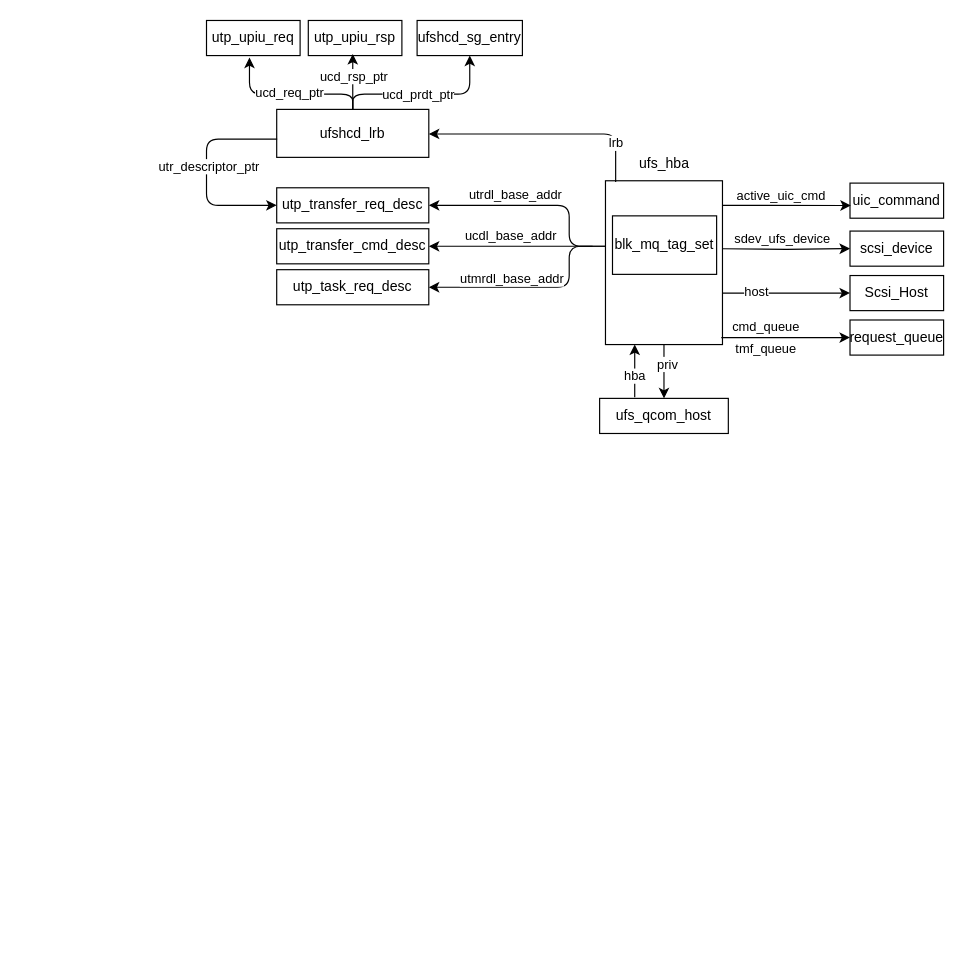
The draw.io diagram ufs.drawio in jasonactions/graph, before the edit. Source tidied: cells renumbered, new cells numbered last; positions are measured from the earlier drawing's top-left corner, leaving out a move shared by most shapes. Both pictures are drawn from the tidied source at 117%, with x=0, y=0 at pixel (206, 20).
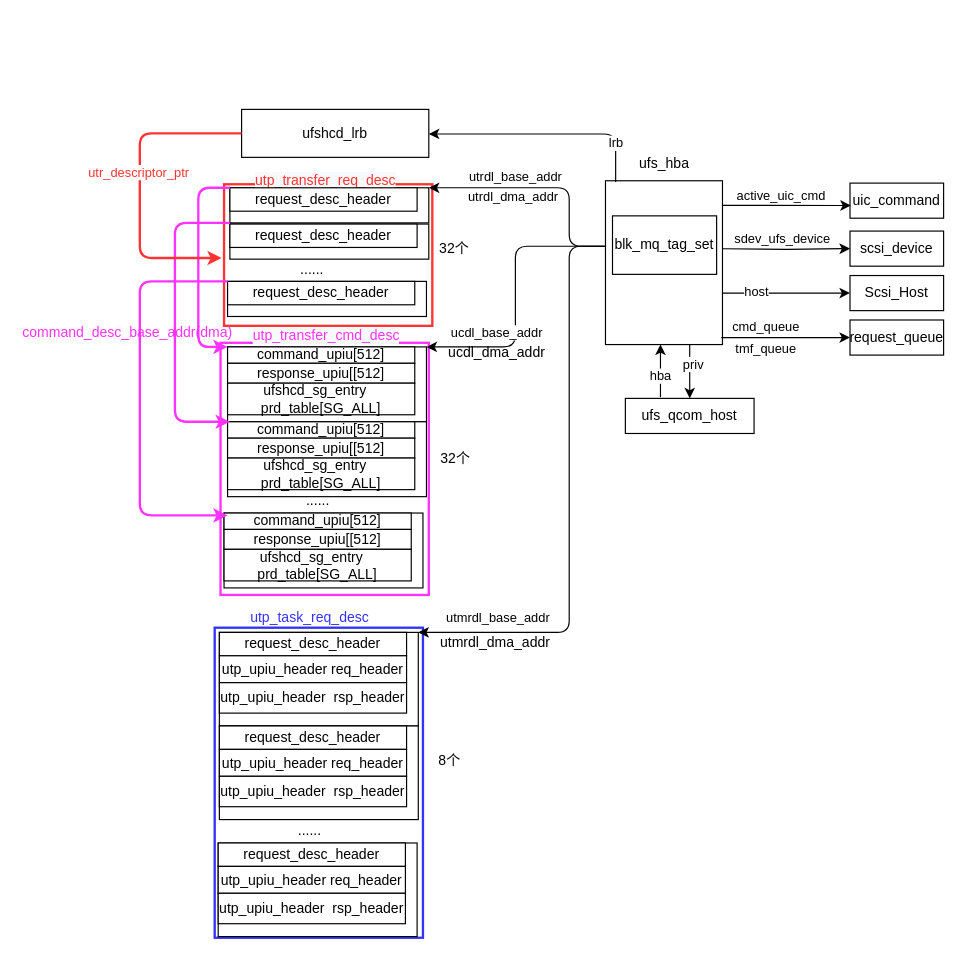
Above is the later version.

Unchanged cells that the change refers to:
```xml
<mxCell id="4" style="rounded=0;whiteSpace=wrap;html=1;" parent="1" vertex="1">
  <mxGeometry x="341" y="137" width="100" height="140" as="geometry" />
</mxCell>
```

Change to the diagram source:
```diff
@@
+    <mxCell id="46" style="rounded=0;whiteSpace=wrap;html=1;strokeColor=#3333FF;strokeWidth=2;" parent="1" vertex="1">
+      <mxGeometry x="7" y="519" width="178" height="265" as="geometry" />
+    </mxCell>
+    <mxCell id="47" style="rounded=0;whiteSpace=wrap;html=1;strokeColor=#FF33FF;strokeWidth=2;" parent="1" vertex="1">
+      <mxGeometry x="12" y="275.5" width="178" height="215.5" as="geometry" />
+    </mxCell>
+    <mxCell id="48" style="rounded=0;whiteSpace=wrap;html=1;strokeColor=#FF3333;strokeWidth=2;" parent="1" vertex="1">
+      <mxGeometry x="15" y="140" width="178" height="121" as="geometry" />
+    </mxCell>
@@
-    <mxCell id="5" value="utp_transfer_req_desc" style="rounded=0;whiteSpace=wrap;html=1;" parent="1" vertex="1">
-      <mxGeometry x="60" y="143" width="130" height="30" as="geometry" />
+    <mxCell id="5" style="rounded=0;whiteSpace=wrap;html=1;" parent="1" vertex="1">
+      <mxGeometry x="20" y="143" width="170" height="30" as="geometry" />
     </mxCell>
-    <mxCell id="6" value="utp_transfer_cmd_desc" style="rounded=0;whiteSpace=wrap;html=1;" parent="1" vertex="1">
-      <mxGeometry x="60" y="178" width="130" height="30" as="geometry" />
+    <mxCell id="6" style="rounded=0;whiteSpace=wrap;html=1;" parent="1" vertex="1">
+      <mxGeometry x="18" y="279" width="170" height="64" as="geometry" />
     </mxCell>
-    <mxCell id="7" value="utp_task_req_desc" style="rounded=0;whiteSpace=wrap;html=1;" parent="1" vertex="1">
-      <mxGeometry x="60" y="213" width="130" height="30" as="geometry" />
+    <mxCell id="7" style="rounded=0;whiteSpace=wrap;html=1;" parent="1" vertex="1">
+      <mxGeometry x="11" y="523" width="170" height="80" as="geometry" />
     </mxCell>
-    <mxCell id="8" style="edgeStyle=elbowEdgeStyle;elbow=horizontal;endArrow=classic;html=1;exitX=0;exitY=0.5;exitDx=0;exitDy=0;entryX=1;entryY=0.5;entryDx=0;entryDy=0;" parent="1" edge="1" target="5">
+    <mxCell id="8" style="edgeStyle=elbowEdgeStyle;elbow=horizontal;endArrow=classic;html=1;exitX=0;exitY=0.5;exitDx=0;exitDy=0;entryX=1;entryY=0;entryDx=0;entryDy=0;" parent="1" edge="1" target="5">
       <mxGeometry relative="1" as="geometry">
         <mxPoint x="341" y="193" as="sourcePoint" />
         <Array as="points">
           <mxPoint x="310" y="163" />
         </Array>
       </mxGeometry>
     </mxCell>
     <mxCell id="9" value="utrdl_base_addr" style="edgeLabel;html=1;align=center;verticalAlign=middle;" parent="8" vertex="1">
       <mxGeometry x="0.34" y="2" relative="1" as="geometry">
-        <mxPoint x="12" y="-12" as="offset" />
+        <mxPoint x="7" y="-12" as="offset" />
       </mxGeometry>
     </mxCell>
+    <mxCell id="49" value="utrdl_dma_addr" style="edgeLabel;html=1;align=center;verticalAlign=middle;" parent="8" vertex="1">
+      <mxGeometry x="0.33" relative="1" as="geometry">
+        <mxPoint x="4" y="7" as="offset" />
+      </mxGeometry>
+    </mxCell>
-    <mxCell id="10" style="edgeStyle=elbowEdgeStyle;elbow=horizontal;endArrow=classic;html=1;exitX=0;exitY=0.5;exitDx=0;exitDy=0;entryX=1;entryY=0.5;entryDx=0;entryDy=0;" parent="1" edge="1" target="7">
+    <mxCell id="10" style="edgeStyle=elbowEdgeStyle;elbow=horizontal;endArrow=classic;html=1;exitX=0;exitY=0.5;exitDx=0;exitDy=0;entryX=1;entryY=0;entryDx=0;entryDy=0;" parent="1" edge="1" target="7">
       <mxGeometry relative="1" as="geometry">
         <mxPoint x="341" y="193" as="sourcePoint" />
         <Array as="points">
           <mxPoint x="310" y="203" />
         </Array>
       </mxGeometry>
     </mxCell>
     <mxCell id="11" value="utmrdl_base_addr" style="edgeLabel;html=1;align=center;verticalAlign=middle;" parent="10" vertex="1">
       <mxGeometry x="0.45" y="-3" relative="1" as="geometry">
-        <mxPoint x="19" y="-5" as="offset" />
+        <mxPoint x="-59" y="-7" as="offset" />
       </mxGeometry>
     </mxCell>
-    <mxCell id="12" style="edgeStyle=elbowEdgeStyle;elbow=horizontal;endArrow=classic;html=1;entryX=1;entryY=0.5;entryDx=0;entryDy=0;" parent="1" edge="1" target="6">
-      <mxGeometry relative="1" as="geometry">
-        <mxPoint x="330" y="193" as="sourcePoint" />
-      </mxGeometry>
+    <mxCell id="12" style="edgeStyle=elbowEdgeStyle;elbow=horizontal;endArrow=classic;html=1;entryX=1;entryY=0;entryDx=0;entryDy=0;exitX=-0.01;exitY=0.4;exitDx=0;exitDy=0;exitPerimeter=0;" parent="1" edge="1" source="4" target="6">
+      <mxGeometry relative="1" as="geometry" />
     </mxCell>
     <mxCell id="13" value="ucdl_base_addr" style="edgeLabel;html=1;align=center;verticalAlign=middle;" parent="12" vertex="1">
       <mxGeometry x="0.28" y="1" relative="1" as="geometry">
-        <mxPoint x="19" y="-11" as="offset" />
+        <mxPoint x="-18" y="-3" as="offset" />
       </mxGeometry>
     </mxCell>
@@
     <mxCell id="22" value="ufshcd_lrb" style="rounded=0;whiteSpace=wrap;html=1;" parent="1" vertex="1">
-      <mxGeometry x="60" y="76" width="130" height="41" as="geometry" />
+      <mxGeometry x="30" y="76" width="160" height="41" as="geometry" />
     </mxCell>
@@
-    <mxCell id="28" style="edgeStyle=elbowEdgeStyle;elbow=horizontal;endArrow=classic;html=1;exitX=0.003;exitY=0.621;exitDx=0;exitDy=0;exitPerimeter=0;entryX=0;entryY=0.5;entryDx=0;entryDy=0;" parent="1" edge="1" source="22" target="5">
-      <mxGeometry relative="1" as="geometry">
-        <Array as="points">
-          <mxPoint y="193" />
-        </Array>
-      </mxGeometry>
-    </mxCell>
-    <mxCell id="29" value="utr_descriptor_ptr" style="edgeLabel;html=1;align=center;verticalAlign=middle;" parent="28" vertex="1">
-      <mxGeometry x="-0.06" y="1" relative="1" as="geometry" />
-    </mxCell>
@@
-    <mxCell id="32" value="utp_upiu_req" style="rounded=0;whiteSpace=wrap;html=1;" parent="1" vertex="1">
-      <mxGeometry width="80" height="30" as="geometry" />
-    </mxCell>
-    <mxCell id="33" value="utp_upiu_rsp" style="rounded=0;whiteSpace=wrap;html=1;" parent="1" vertex="1">
-      <mxGeometry x="87" width="80" height="30" as="geometry" />
-    </mxCell>
-    <mxCell id="34" value="ufshcd_sg_entry" style="rounded=0;whiteSpace=wrap;html=1;" parent="1" vertex="1">
-      <mxGeometry x="180" width="90" height="30" as="geometry" />
-    </mxCell>
-    <mxCell id="35" style="edgeStyle=elbowEdgeStyle;elbow=vertical;endArrow=classic;html=1;exitX=0.5;exitY=0;exitDx=0;exitDy=0;entryX=0.459;entryY=1.057;entryDx=0;entryDy=0;entryPerimeter=0;" parent="1" edge="1" source="22" target="32">
-      <mxGeometry relative="1" as="geometry">
-        <Array as="points">
-          <mxPoint x="80" y="63" />
-        </Array>
-      </mxGeometry>
-    </mxCell>
-    <mxCell id="36" value="ucd_req_ptr" style="edgeLabel;html=1;align=center;verticalAlign=middle;" parent="35" vertex="1">
-      <mxGeometry x="0.28" relative="1" as="geometry">
-        <mxPoint x="17" y="-2" as="offset" />
-      </mxGeometry>
-    </mxCell>
-    <mxCell id="37" style="edgeStyle=elbowEdgeStyle;elbow=vertical;endArrow=classic;html=1;entryX=0.5;entryY=1;entryDx=0;entryDy=0;exitX=0.5;exitY=0;exitDx=0;exitDy=0;" parent="1" edge="1" source="22" target="34">
-      <mxGeometry relative="1" as="geometry">
-        <Array as="points">
-          <mxPoint x="180" y="63" />
-        </Array>
-      </mxGeometry>
-    </mxCell>
-    <mxCell id="38" value="ucd_prdt_ptr" style="edgeLabel;html=1;align=center;verticalAlign=middle;" parent="37" vertex="1">
-      <mxGeometry x="-0.49" relative="1" as="geometry">
-        <mxPoint x="31" as="offset" />
-      </mxGeometry>
-    </mxCell>
-    <mxCell id="39" style="edgeStyle=elbowEdgeStyle;elbow=vertical;endArrow=classic;html=1;exitX=0.5;exitY=0;exitDx=0;exitDy=0;entryX=0.475;entryY=0.956;entryDx=0;entryDy=0;entryPerimeter=0;" parent="1" edge="1" source="22" target="33">
-      <mxGeometry relative="1" as="geometry" />
-    </mxCell>
-    <mxCell id="40" value="ucd_rsp_ptr" style="edgeLabel;html=1;align=center;verticalAlign=middle;" parent="39" vertex="1">
-      <mxGeometry x="0.35" relative="1" as="geometry">
-        <mxPoint y="3" as="offset" />
-      </mxGeometry>
-    </mxCell>
     <mxCell id="41" value="ufs_qcom_host" style="rounded=0;whiteSpace=wrap;html=1;" parent="1" vertex="1">
-      <mxGeometry x="336" y="323" width="110" height="30" as="geometry" />
+      <mxGeometry x="358" y="323" width="110" height="30" as="geometry" />
     </mxCell>
-    <mxCell id="42" style="endArrow=classic;html=1;exitX=0.5;exitY=1;exitDx=0;exitDy=0;" parent="1" edge="1" source="4" target="41">
-      <mxGeometry relative="1" as="geometry" />
+    <mxCell id="42" style="endArrow=classic;html=1;exitX=0.5;exitY=1;exitDx=0;exitDy=0;" parent="1" edge="1" target="41">
+      <mxGeometry relative="1" as="geometry">
+        <mxPoint x="413" y="277" as="sourcePoint" />
+      </mxGeometry>
     </mxCell>
@@
-    <mxCell id="44" style="endArrow=classic;html=1;entryX=0.25;entryY=1;entryDx=0;entryDy=0;" parent="1" edge="1" target="4">
+    <mxCell id="44" style="endArrow=classic;html=1;entryX=0.25;entryY=1;entryDx=0;entryDy=0;" parent="1" edge="1">
       <mxGeometry relative="1" as="geometry">
-        <mxPoint x="366" y="322" as="sourcePoint" />
+        <mxPoint x="388" y="322" as="sourcePoint" />
+        <mxPoint x="388" y="277" as="targetPoint" />
       </mxGeometry>
     </mxCell>
@@
+    <mxCell id="50" value="&lt;font color=&quot;#3333ff&quot;&gt;utp_task_req_desc&lt;/font&gt;" style="text;html=1;strokeColor=none;fillColor=none;align=center;verticalAlign=middle;whiteSpace=wrap;rounded=0;" parent="1" vertex="1">
+      <mxGeometry x="46.5" y="501" width="83" height="20" as="geometry" />
+    </mxCell>
+    <mxCell id="51" value="&lt;span style=&quot;font-family: &amp;#34;helvetica&amp;#34; ; font-size: 12px ; font-style: normal ; font-weight: 400 ; letter-spacing: normal ; text-align: center ; text-indent: 0px ; text-transform: none ; word-spacing: 0px ; background-color: rgb(248 , 249 , 250) ; display: inline ; float: none&quot;&gt;&lt;font color=&quot;#ff33ff&quot;&gt;utp_transfer_cmd_desc&lt;/font&gt;&lt;/span&gt;" style="text;whiteSpace=wrap;html=1;" parent="1" vertex="1">
+      <mxGeometry x="38" y="256" width="130" height="20" as="geometry" />
+    </mxCell>
+    <mxCell id="52" value="&lt;span style=&quot;font-family: &amp;#34;helvetica&amp;#34; ; font-size: 12px ; font-style: normal ; font-weight: 400 ; letter-spacing: normal ; text-align: center ; text-indent: 0px ; text-transform: none ; word-spacing: 0px ; background-color: rgb(248 , 249 , 250) ; display: inline ; float: none&quot;&gt;&lt;font color=&quot;#ff3333&quot;&gt;utp_transfer_req_desc&lt;/font&gt;&lt;/span&gt;" style="text;whiteSpace=wrap;html=1;" parent="1" vertex="1">
+      <mxGeometry x="40" y="123" width="120" height="20" as="geometry" />
+    </mxCell>
+    <mxCell id="53" value="command_upiu[512]" style="rounded=0;whiteSpace=wrap;html=1;" parent="1" vertex="1">
+      <mxGeometry x="18" y="279" width="160" height="14" as="geometry" />
+    </mxCell>
+    <mxCell id="54" value="response_upiu[[512]" style="rounded=0;whiteSpace=wrap;html=1;" parent="1" vertex="1">
+      <mxGeometry x="18" y="293" width="160" height="17" as="geometry" />
+    </mxCell>
+    <mxCell id="55" value="ufshcd_sg_entry&amp;nbsp; &amp;nbsp; prd_table[SG_ALL]" style="rounded=0;whiteSpace=wrap;html=1;" parent="1" vertex="1">
+      <mxGeometry x="18" y="310" width="160" height="27" as="geometry" />
+    </mxCell>
+    <mxCell id="56" value="request_desc_header" style="rounded=0;whiteSpace=wrap;html=1;" parent="1" vertex="1">
+      <mxGeometry x="20" y="143" width="160" height="20" as="geometry" />
+    </mxCell>
+    <mxCell id="57" value="request_desc_header" style="rounded=0;whiteSpace=wrap;html=1;" parent="1" vertex="1">
+      <mxGeometry x="11" y="523" width="160" height="20" as="geometry" />
+    </mxCell>
+    <mxCell id="58" value="utp_upiu_header req_header" style="rounded=0;whiteSpace=wrap;html=1;" parent="1" vertex="1">
+      <mxGeometry x="11" y="543" width="160" height="23" as="geometry" />
+    </mxCell>
+    <mxCell id="59" value="utp_upiu_header&amp;nbsp; rsp_header" style="rounded=0;whiteSpace=wrap;html=1;" parent="1" vertex="1">
+      <mxGeometry x="11" y="566" width="160" height="26" as="geometry" />
+    </mxCell>
+    <mxCell id="60" value="utmrdl_dma_addr" style="text;whiteSpace=wrap;html=1;" parent="1" vertex="1">
+      <mxGeometry x="198" y="518" width="94" height="20" as="geometry" />
+    </mxCell>
+    <mxCell id="61" value="ucdl_dma_addr" style="text;whiteSpace=wrap;html=1;" parent="1" vertex="1">
+      <mxGeometry x="205" y="269.5" width="84" height="16.5" as="geometry" />
+    </mxCell>
+    <mxCell id="62" style="rounded=0;whiteSpace=wrap;html=1;" parent="1" vertex="1">
+      <mxGeometry x="20" y="174" width="170" height="30" as="geometry" />
+    </mxCell>
+    <mxCell id="63" value="request_desc_header" style="rounded=0;whiteSpace=wrap;html=1;" parent="1" vertex="1">
+      <mxGeometry x="20" y="174" width="160" height="20" as="geometry" />
+    </mxCell>
+    <mxCell id="64" value="......" style="text;html=1;align=center;verticalAlign=middle;strokeColor=none;" parent="1" vertex="1">
+      <mxGeometry x="70" y="203" width="40" height="20" as="geometry" />
+    </mxCell>
+    <mxCell id="65" style="rounded=0;whiteSpace=wrap;html=1;" parent="1" vertex="1">
+      <mxGeometry x="18" y="223" width="170" height="30" as="geometry" />
+    </mxCell>
+    <mxCell id="66" value="request_desc_header" style="rounded=0;whiteSpace=wrap;html=1;" parent="1" vertex="1">
+      <mxGeometry x="18" y="223" width="160" height="20" as="geometry" />
+    </mxCell>
+    <mxCell id="67" style="rounded=0;whiteSpace=wrap;html=1;" parent="1" vertex="1">
+      <mxGeometry x="18" y="343" width="170" height="64" as="geometry" />
+    </mxCell>
+    <mxCell id="68" value="command_upiu[512]" style="rounded=0;whiteSpace=wrap;html=1;" parent="1" vertex="1">
+      <mxGeometry x="18" y="343" width="160" height="14" as="geometry" />
+    </mxCell>
+    <mxCell id="69" value="response_upiu[[512]" style="rounded=0;whiteSpace=wrap;html=1;" parent="1" vertex="1">
+      <mxGeometry x="18" y="357" width="160" height="17" as="geometry" />
+    </mxCell>
+    <mxCell id="70" value="ufshcd_sg_entry&amp;nbsp; &amp;nbsp; prd_table[SG_ALL]" style="rounded=0;whiteSpace=wrap;html=1;" parent="1" vertex="1">
+      <mxGeometry x="18" y="374" width="160" height="27" as="geometry" />
+    </mxCell>
+    <mxCell id="71" value="......" style="text;html=1;align=center;verticalAlign=middle;strokeColor=none;" parent="1" vertex="1">
+      <mxGeometry x="75" y="401" width="40" height="20" as="geometry" />
+    </mxCell>
+    <mxCell id="72" style="rounded=0;whiteSpace=wrap;html=1;" parent="1" vertex="1">
+      <mxGeometry x="15" y="421" width="170" height="64" as="geometry" />
+    </mxCell>
+    <mxCell id="73" value="command_upiu[512]" style="rounded=0;whiteSpace=wrap;html=1;" parent="1" vertex="1">
+      <mxGeometry x="15" y="421" width="160" height="14" as="geometry" />
+    </mxCell>
+    <mxCell id="74" value="response_upiu[[512]" style="rounded=0;whiteSpace=wrap;html=1;" parent="1" vertex="1">
+      <mxGeometry x="15" y="435" width="160" height="17" as="geometry" />
+    </mxCell>
+    <mxCell id="75" value="ufshcd_sg_entry&amp;nbsp; &amp;nbsp; prd_table[SG_ALL]" style="rounded=0;whiteSpace=wrap;html=1;" parent="1" vertex="1">
+      <mxGeometry x="15" y="452" width="160" height="27" as="geometry" />
+    </mxCell>
+    <mxCell id="76" style="edgeStyle=elbowEdgeStyle;elbow=horizontal;endArrow=classic;html=1;exitX=0;exitY=0;exitDx=0;exitDy=0;entryX=0;entryY=0;entryDx=0;entryDy=0;strokeColor=#FF33FF;strokeWidth=2;" parent="1" edge="1" source="56" target="53">
+      <mxGeometry relative="1" as="geometry">
+        <Array as="points">
+          <mxPoint x="-7" y="213" />
+        </Array>
+      </mxGeometry>
+    </mxCell>
+    <mxCell id="77" style="edgeStyle=elbowEdgeStyle;elbow=horizontal;endArrow=classic;html=1;exitX=0;exitY=1;exitDx=0;exitDy=0;entryX=0.012;entryY=0;entryDx=0;entryDy=0;entryPerimeter=0;strokeColor=#FF33FF;strokeWidth=2;" parent="1" edge="1" source="5" target="68">
+      <mxGeometry relative="1" as="geometry">
+        <Array as="points">
+          <mxPoint x="-27" y="253" />
+        </Array>
+      </mxGeometry>
+    </mxCell>
+    <mxCell id="78" style="edgeStyle=elbowEdgeStyle;elbow=horizontal;endArrow=classic;html=1;exitX=0;exitY=0;exitDx=0;exitDy=0;entryX=0.019;entryY=0.143;entryDx=0;entryDy=0;entryPerimeter=0;strokeColor=#FF33FF;strokeWidth=2;" parent="1" edge="1" source="66" target="73">
+      <mxGeometry relative="1" as="geometry">
+        <Array as="points">
+          <mxPoint x="-57" y="323" />
+        </Array>
+      </mxGeometry>
+    </mxCell>
+    <mxCell id="79" value="&lt;font color=&quot;#ff33ff&quot;&gt;command_desc_base_addr(dma)&lt;/font&gt;" style="text;whiteSpace=wrap;html=1;" parent="1" vertex="1">
+      <mxGeometry x="-159" y="253" width="170" height="30" as="geometry" />
+    </mxCell>
+    <mxCell id="80" style="rounded=0;whiteSpace=wrap;html=1;" parent="1" vertex="1">
+      <mxGeometry x="11" y="603" width="170" height="80" as="geometry" />
+    </mxCell>
+    <mxCell id="81" value="request_desc_header" style="rounded=0;whiteSpace=wrap;html=1;" parent="1" vertex="1">
+      <mxGeometry x="11" y="603" width="160" height="20" as="geometry" />
+    </mxCell>
+    <mxCell id="82" value="utp_upiu_header req_header" style="rounded=0;whiteSpace=wrap;html=1;" parent="1" vertex="1">
+      <mxGeometry x="11" y="623" width="160" height="23" as="geometry" />
+    </mxCell>
+    <mxCell id="83" value="utp_upiu_header&amp;nbsp; rsp_header" style="rounded=0;whiteSpace=wrap;html=1;" parent="1" vertex="1">
+      <mxGeometry x="11" y="646" width="160" height="26" as="geometry" />
+    </mxCell>
+    <mxCell id="84" style="rounded=0;whiteSpace=wrap;html=1;" parent="1" vertex="1">
+      <mxGeometry x="10" y="703" width="170" height="80" as="geometry" />
+    </mxCell>
+    <mxCell id="85" value="request_desc_header" style="rounded=0;whiteSpace=wrap;html=1;" parent="1" vertex="1">
+      <mxGeometry x="10" y="703" width="160" height="20" as="geometry" />
+    </mxCell>
+    <mxCell id="86" value="utp_upiu_header req_header" style="rounded=0;whiteSpace=wrap;html=1;" parent="1" vertex="1">
+      <mxGeometry x="10" y="723" width="160" height="23" as="geometry" />
+    </mxCell>
+    <mxCell id="87" value="utp_upiu_header&amp;nbsp; rsp_header" style="rounded=0;whiteSpace=wrap;html=1;" parent="1" vertex="1">
+      <mxGeometry x="10" y="746" width="160" height="26" as="geometry" />
+    </mxCell>
+    <mxCell id="88" value="......" style="text;html=1;align=center;verticalAlign=middle;strokeColor=none;" parent="1" vertex="1">
+      <mxGeometry x="68" y="683" width="40" height="20" as="geometry" />
+    </mxCell>
+    <mxCell id="89" value="32个" style="text;html=1;strokeColor=none;fillColor=none;align=center;verticalAlign=middle;whiteSpace=wrap;rounded=0;" parent="1" vertex="1">
+      <mxGeometry x="192" y="185" width="40" height="20" as="geometry" />
+    </mxCell>
+    <mxCell id="90" value="32个" style="text;html=1;strokeColor=none;fillColor=none;align=center;verticalAlign=middle;whiteSpace=wrap;rounded=0;" parent="1" vertex="1">
+      <mxGeometry x="193" y="365" width="40" height="20" as="geometry" />
+    </mxCell>
+    <mxCell id="91" value="8个" style="text;html=1;strokeColor=none;fillColor=none;align=center;verticalAlign=middle;whiteSpace=wrap;rounded=0;" parent="1" vertex="1">
+      <mxGeometry x="188" y="623" width="40" height="20" as="geometry" />
+    </mxCell>
+    <mxCell id="92" style="edgeStyle=elbowEdgeStyle;elbow=horizontal;endArrow=classic;html=1;exitX=0;exitY=0.5;exitDx=0;exitDy=0;strokeColor=#FF3333;strokeWidth=2;" parent="1" edge="1" source="22">
+      <mxGeometry relative="1" as="geometry">
+        <mxPoint x="13" y="203" as="targetPoint" />
+        <Array as="points">
+          <mxPoint x="-57" y="153" />
+        </Array>
+      </mxGeometry>
+    </mxCell>
+    <mxCell id="29" value="&lt;font color=&quot;#ff3333&quot;&gt;utr_descriptor_ptr&lt;/font&gt;" style="edgeLabel;html=1;align=center;verticalAlign=middle;" parent="92" vertex="1">
+      <mxGeometry x="-0.09" y="-2" relative="1" as="geometry" />
+    </mxCell>
```
